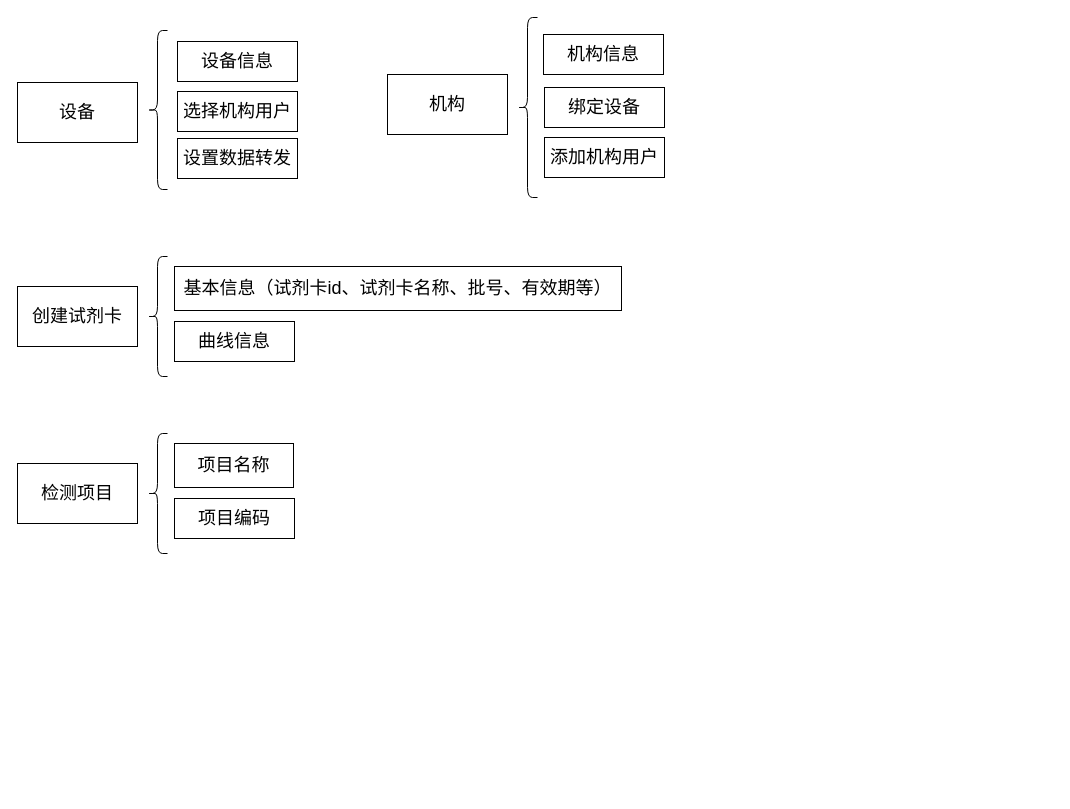
Before: page "生产管理系统" (6 of 6) of 未命名绘图.drawio in lliecho/test, a draw.io diagram. Source tidied: cells renumbered, new cells numbered last; positions are measured from the earlier drawing's top-left corner, leaving out a move shared by most shapes. Both pictures are drawn from the tidied source at 100%, with x=0, y=0 at pixel (17, 17).
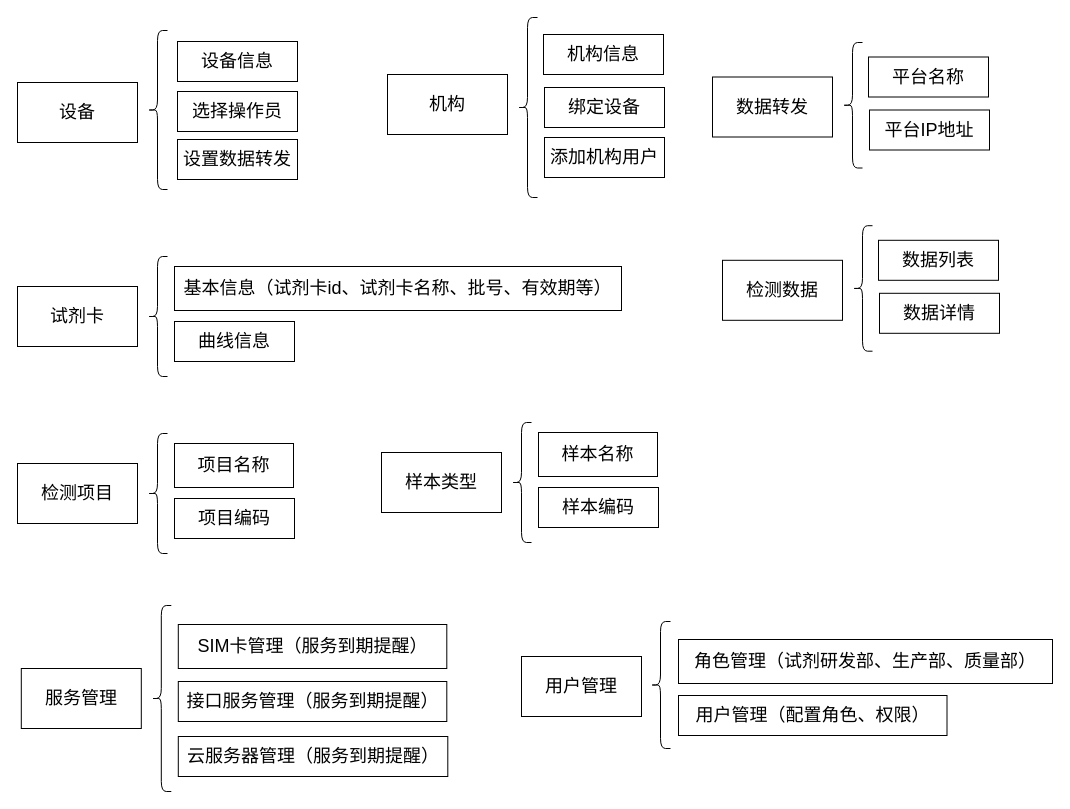
After the change.

Commit message:
更新未命名绘图.drawio

Diff of the diagram source:
```diff
@@
-    <mxCell id="6" value="选择机构用户" style="whiteSpace=wrap;html=1;fontSize=18;" parent="1" vertex="1">
+    <mxCell id="6" value="选择操作员" style="whiteSpace=wrap;html=1;fontSize=18;" parent="1" vertex="1">
       <mxGeometry x="160" y="74" width="120" height="40" as="geometry" />
     </mxCell>
@@
     <mxCell id="9" value="设置数据转发" style="whiteSpace=wrap;html=1;fontSize=18;" parent="1" vertex="1">
-      <mxGeometry x="160" y="121" width="120" height="40" as="geometry" />
+      <mxGeometry x="160" y="122" width="120" height="40" as="geometry" />
     </mxCell>
-    <mxCell id="10" value="创建试剂卡" style="whiteSpace=wrap;html=1;fontSize=18;" parent="1" vertex="1">
+    <mxCell id="10" value="试剂卡" style="whiteSpace=wrap;html=1;fontSize=18;" parent="1" vertex="1">
       <mxGeometry y="269" width="120" height="60" as="geometry" />
     </mxCell>
@@
+    <mxCell id="20" value="数据转发" style="whiteSpace=wrap;html=1;fontSize=18;" parent="1" vertex="1">
+      <mxGeometry x="695" y="59.5" width="120" height="60" as="geometry" />
+    </mxCell>
+    <mxCell id="21" value="平台IP地址" style="whiteSpace=wrap;html=1;fontSize=18;" parent="1" vertex="1">
+      <mxGeometry x="852" y="92.5" width="120" height="40" as="geometry" />
+    </mxCell>
+    <mxCell id="22" style="shape=curlyBracket;whiteSpace=wrap;html=1;rounded=1;labelPosition=left;verticalLabelPosition=middle;align=right;verticalAlign=middle;" parent="1" vertex="1">
+      <mxGeometry x="825" y="25" width="20" height="125.5" as="geometry" />
+    </mxCell>
+    <mxCell id="23" value="平台名称" style="whiteSpace=wrap;html=1;fontSize=18;" parent="1" vertex="1">
+      <mxGeometry x="851" y="39.5" width="120" height="40" as="geometry" />
+    </mxCell>
+    <mxCell id="24" value="检测数据" style="whiteSpace=wrap;html=1;fontSize=18;" parent="1" vertex="1">
+      <mxGeometry x="705" y="242.8" width="120" height="60" as="geometry" />
+    </mxCell>
+    <mxCell id="25" value="数据详情" style="whiteSpace=wrap;html=1;fontSize=18;" parent="1" vertex="1">
+      <mxGeometry x="862" y="275.8" width="120" height="40" as="geometry" />
+    </mxCell>
+    <mxCell id="26" style="shape=curlyBracket;whiteSpace=wrap;html=1;rounded=1;labelPosition=left;verticalLabelPosition=middle;align=right;verticalAlign=middle;" parent="1" vertex="1">
+      <mxGeometry x="835" y="208.2" width="20" height="125.5" as="geometry" />
+    </mxCell>
+    <mxCell id="27" value="数据列表" style="whiteSpace=wrap;html=1;fontSize=18;" parent="1" vertex="1">
+      <mxGeometry x="861" y="222.8" width="120" height="40" as="geometry" />
+    </mxCell>
+    <mxCell id="28" value="样本类型" style="whiteSpace=wrap;html=1;fontSize=18;" parent="1" vertex="1">
+      <mxGeometry x="364" y="435" width="120" height="60" as="geometry" />
+    </mxCell>
+    <mxCell id="29" value="样本名称" style="whiteSpace=wrap;html=1;fontSize=18;" parent="1" vertex="1">
+      <mxGeometry x="521" y="415" width="119" height="44" as="geometry" />
+    </mxCell>
+    <mxCell id="30" value="样本编码" style="whiteSpace=wrap;html=1;fontSize=18;" parent="1" vertex="1">
+      <mxGeometry x="521" y="470" width="120" height="40" as="geometry" />
+    </mxCell>
+    <mxCell id="31" style="shape=curlyBracket;whiteSpace=wrap;html=1;rounded=1;labelPosition=left;verticalLabelPosition=middle;align=right;verticalAlign=middle;" parent="1" vertex="1">
+      <mxGeometry x="494" y="405" width="20" height="120" as="geometry" />
+    </mxCell>
+    <mxCell id="32" value="服务管理" style="whiteSpace=wrap;html=1;fontSize=18;" parent="1" vertex="1">
+      <mxGeometry x="3.8" y="651" width="120" height="60" as="geometry" />
+    </mxCell>
+    <mxCell id="33" value="SIM卡管理（服务到期提醒）" style="whiteSpace=wrap;html=1;fontSize=18;" parent="1" vertex="1">
+      <mxGeometry x="160.8" y="607" width="268.5" height="44" as="geometry" />
+    </mxCell>
+    <mxCell id="34" value="接口服务管理（服务到期提醒）" style="whiteSpace=wrap;html=1;fontSize=18;" parent="1" vertex="1">
+      <mxGeometry x="160.8" y="664" width="268.5" height="40" as="geometry" />
+    </mxCell>
+    <mxCell id="35" style="shape=curlyBracket;whiteSpace=wrap;html=1;rounded=1;labelPosition=left;verticalLabelPosition=middle;align=right;verticalAlign=middle;" parent="1" vertex="1">
+      <mxGeometry x="133.8" y="588" width="20" height="186" as="geometry" />
+    </mxCell>
+    <mxCell id="36" value="云服务器管理（服务到期提醒）" style="whiteSpace=wrap;html=1;fontSize=18;" parent="1" vertex="1">
+      <mxGeometry x="160.8" y="719" width="269.5" height="40" as="geometry" />
+    </mxCell>
+    <mxCell id="37" value="用户管理" style="whiteSpace=wrap;html=1;fontSize=18;" parent="1" vertex="1">
+      <mxGeometry x="504" y="639" width="120" height="60" as="geometry" />
+    </mxCell>
+    <mxCell id="38" value="角色管理（试剂研发部、生产部、质量部）" style="whiteSpace=wrap;html=1;fontSize=18;" parent="1" vertex="1">
+      <mxGeometry x="661" y="622" width="374" height="44" as="geometry" />
+    </mxCell>
+    <mxCell id="39" value="用户管理（配置角色、权限）" style="whiteSpace=wrap;html=1;fontSize=18;" parent="1" vertex="1">
+      <mxGeometry x="661" y="678" width="268.5" height="40" as="geometry" />
+    </mxCell>
+    <mxCell id="40" style="shape=curlyBracket;whiteSpace=wrap;html=1;rounded=1;labelPosition=left;verticalLabelPosition=middle;align=right;verticalAlign=middle;" parent="1" vertex="1">
+      <mxGeometry x="633" y="604" width="20" height="127" as="geometry" />
+    </mxCell>
```
